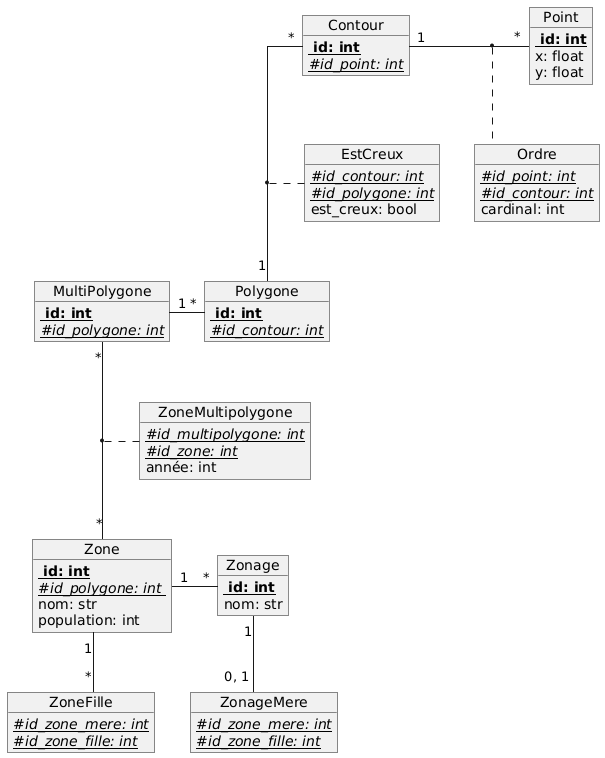
Earlier version of the PlantUML export doc/diagrammes/diagramme_entite_relation.png (antoni-guardia/ENSAI_ProjetInfo2A).
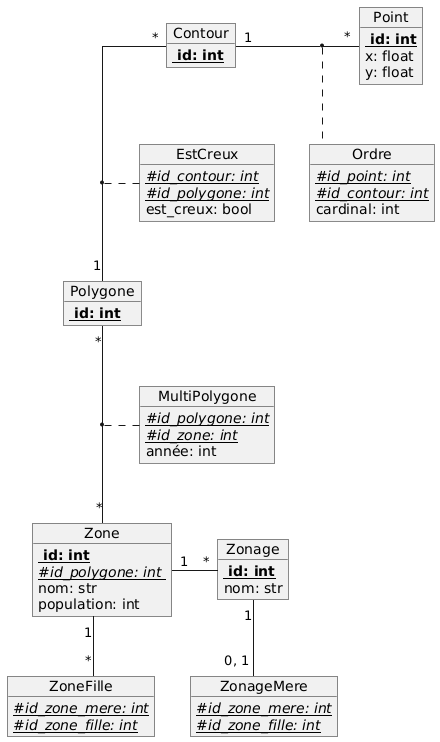
After the change.

Commit message:
maj diagram

The edit, as a diff of the source:
```diff
@@ -15,25 +15,20 @@
 population: int
 }
 
-object ZoneMultipolygone{
-{Static}//#id_multipolygone: int//
+object MultiPolygone{
+{Static}//#id_polygone: int//
 {Static}//#id_zone: int//
 année: int
 }
 
-object MultiPolygone{
-<b> {Static} id: int
-{Static}//#id_polygone: int//
-}
+
 
 object Polygone{
 <b> {Static} id: int
-{Static}//#id_contour: int//
 }
 
 object Contour{
 <b> {Static} id: int
-{Static}//#id_point: int//
 }
 
 object Point{
@@ -65,8 +60,8 @@
 }
 Zonage "1"-- "0, 1" ZonageMere
 
-MultiPolygone "*" -- "*" Zone
-(MultiPolygone, Zone) .. ZoneMultipolygone
+Polygone "*" -- "*" Zone
+(Polygone, Zone) .. MultiPolygone
 
 Contour "*" -- "1" Polygone
 (Contour, Polygone) .. EstCreux
@@ -76,5 +71,4 @@
 
 Zone "1" -down- " * " ZoneFille
 Zone "1" -right- "*" Zonage
-MultiPolygone "1"-right-"*" Polygone
 @enduml
```
